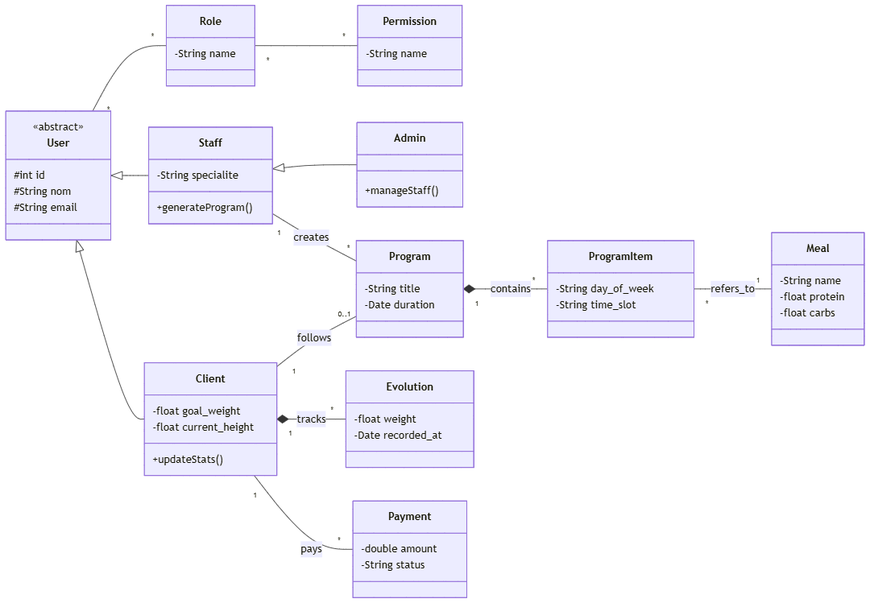
The Mermaid diagram Presentation/images/diagramme-class.png in BenTaleb-Mehdi/Project-PFE, before a commit. Its source is kept beside it as Analyse/Diagramme-class/diagramme-class.mmd.
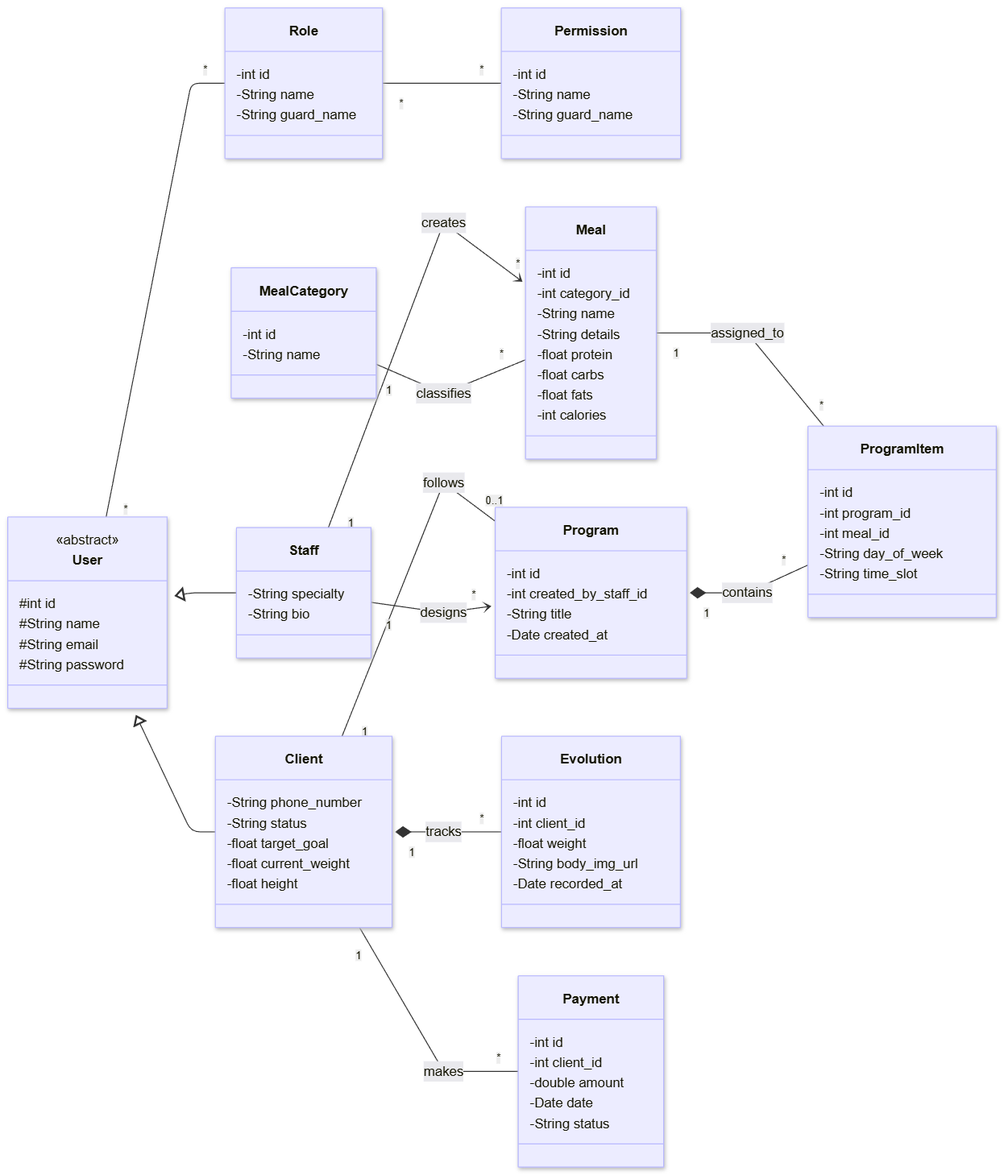
After the change.

Commit message:
feat: Add class diagram and project presentation.

Change to the diagram source:
```diff
@@ -27,24 +27,16 @@
         -float target_goal
         -float current_weight
         -float height
-        +updateStats()
     }
 
     class Staff {
         -String specialty
         -String bio
-        +createMeal()
-        +generateProgram()
-    }
 
-    class Admin {
-        +manageStaff()
-        +managePayments()
     }
 
     User <|-- Client
     User <|-- Staff
-    Staff <|-- Admin
 
     class MealCategory {
         -int id
```
